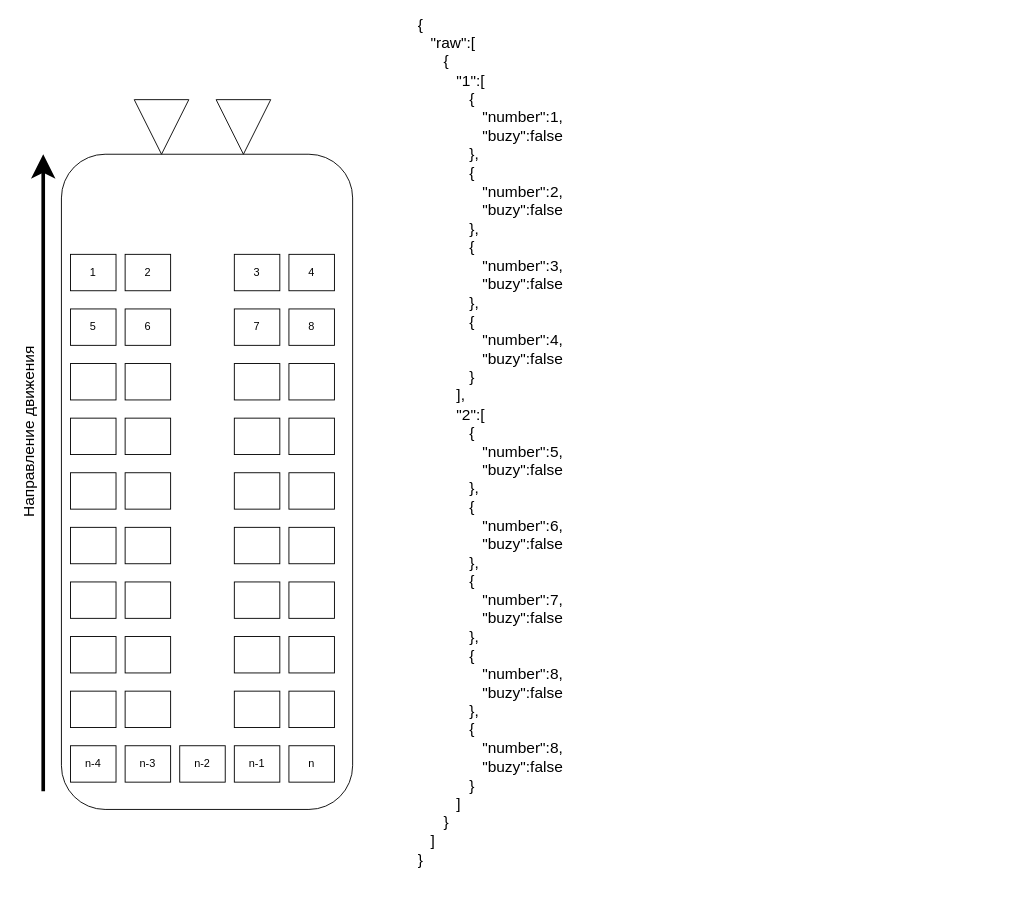
The draw.io diagram BusPlaces.drawio in vehicle-aggregator/docs, before the edit. Source tidied: cells renumbered, new cells numbered last; positions are measured from the earlier drawing's top-left corner, leaving out a move shared by most shapes. Both pictures are drawn from the tidied source at 91%, with x=0, y=0 at pixel (-112, 69).
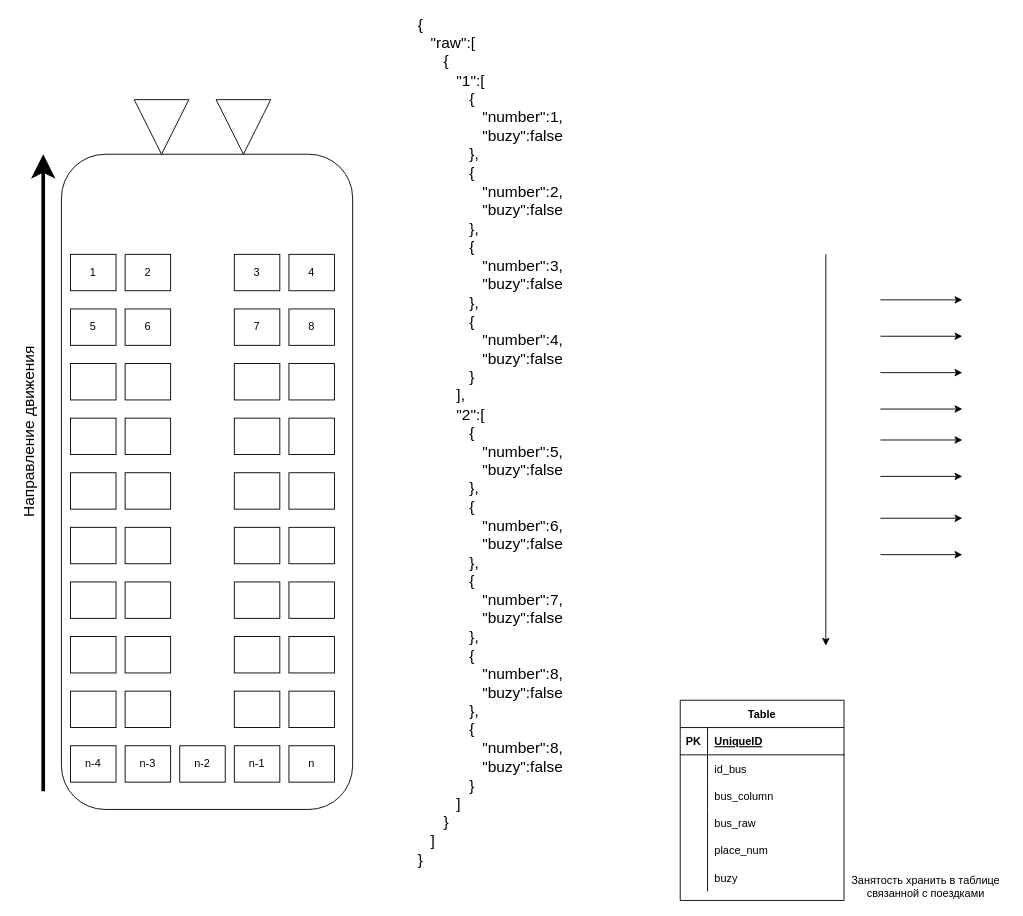
The same page after the edit.

Change to the diagram source:
```diff
@@
+    <mxCell id="49" style="endArrow=classic;html=1;rounded=0;" parent="1" edge="1">
+      <mxGeometry relative="1" as="geometry">
+        <mxPoint x="1030" y="203" as="sourcePoint" />
+        <mxPoint x="1030" y="633" as="targetPoint" />
+      </mxGeometry>
+    </mxCell>
+    <mxCell id="50" style="endArrow=classic;html=1;rounded=0;" parent="1" edge="1">
+      <mxGeometry relative="1" as="geometry">
+        <mxPoint x="1090" y="253" as="sourcePoint" />
+        <mxPoint x="1180" y="253" as="targetPoint" />
+      </mxGeometry>
+    </mxCell>
+    <mxCell id="51" style="endArrow=classic;html=1;rounded=0;" parent="1" edge="1">
+      <mxGeometry relative="1" as="geometry">
+        <mxPoint x="1090" y="293" as="sourcePoint" />
+        <mxPoint x="1180" y="293" as="targetPoint" />
+      </mxGeometry>
+    </mxCell>
+    <mxCell id="52" style="endArrow=classic;html=1;rounded=0;" parent="1" edge="1">
+      <mxGeometry relative="1" as="geometry">
+        <mxPoint x="1090" y="333" as="sourcePoint" />
+        <mxPoint x="1180" y="333" as="targetPoint" />
+      </mxGeometry>
+    </mxCell>
+    <mxCell id="53" style="endArrow=classic;html=1;rounded=0;" parent="1" edge="1">
+      <mxGeometry relative="1" as="geometry">
+        <mxPoint x="1090" y="373" as="sourcePoint" />
+        <mxPoint x="1180" y="373" as="targetPoint" />
+      </mxGeometry>
+    </mxCell>
+    <mxCell id="54" style="endArrow=classic;html=1;rounded=0;" parent="1" edge="1">
+      <mxGeometry relative="1" as="geometry">
+        <mxPoint x="1090" y="407" as="sourcePoint" />
+        <mxPoint x="1180" y="407" as="targetPoint" />
+      </mxGeometry>
+    </mxCell>
+    <mxCell id="55" style="endArrow=classic;html=1;rounded=0;" parent="1" edge="1">
+      <mxGeometry relative="1" as="geometry">
+        <mxPoint x="1090" y="447" as="sourcePoint" />
+        <mxPoint x="1180" y="447" as="targetPoint" />
+      </mxGeometry>
+    </mxCell>
+    <mxCell id="56" style="endArrow=classic;html=1;rounded=0;" parent="1" edge="1">
+      <mxGeometry relative="1" as="geometry">
+        <mxPoint x="1090" y="493" as="sourcePoint" />
+        <mxPoint x="1180" y="493" as="targetPoint" />
+      </mxGeometry>
+    </mxCell>
+    <mxCell id="57" style="endArrow=classic;html=1;rounded=0;" parent="1" edge="1">
+      <mxGeometry relative="1" as="geometry">
+        <mxPoint x="1090" y="533" as="sourcePoint" />
+        <mxPoint x="1180" y="533" as="targetPoint" />
+      </mxGeometry>
+    </mxCell>
+    <mxCell id="58" value="Table" style="shape=table;startSize=30;childLayout=tableLayout;rowLines=0;fontStyle=1;align=center;" parent="1" vertex="1">
+      <mxGeometry x="870" y="693" width="180" height="220" as="geometry" />
+    </mxCell>
+    <mxCell id="59" style="shape=tableRow;horizontal=0;startSize=0;swimlaneHead=0;swimlaneBody=0;fillColor=none;top=0;left=0;right=0;bottom=1;" parent="58" vertex="1">
+      <mxGeometry y="30" width="180" height="30" as="geometry" />
+    </mxCell>
+    <mxCell id="60" value="PK" style="shape=partialRectangle;fillColor=none;top=0;left=0;bottom=0;right=0;fontStyle=1;overflow=hidden;" parent="59" vertex="1">
+      <mxGeometry width="30" height="30" as="geometry" />
+    </mxCell>
+    <mxCell id="61" value="UniqueID" style="shape=partialRectangle;fillColor=none;top=0;left=0;bottom=0;right=0;align=left;spacingLeft=6;fontStyle=5;overflow=hidden;" parent="59" vertex="1">
+      <mxGeometry x="30" width="150" height="30" as="geometry" />
+    </mxCell>
+    <mxCell id="62" style="shape=tableRow;horizontal=0;startSize=0;swimlaneHead=0;swimlaneBody=0;fillColor=none;top=0;left=0;right=0;bottom=0;" parent="58" vertex="1">
+      <mxGeometry y="60" width="180" height="30" as="geometry" />
+    </mxCell>
+    <mxCell id="63" style="shape=partialRectangle;fillColor=none;top=0;left=0;bottom=0;right=0;overflow=hidden;" parent="62" vertex="1">
+      <mxGeometry width="30" height="30" as="geometry" />
+    </mxCell>
+    <mxCell id="64" value="id_bus" style="shape=partialRectangle;fillColor=none;top=0;left=0;bottom=0;right=0;align=left;spacingLeft=6;overflow=hidden;" parent="62" vertex="1">
+      <mxGeometry x="30" width="150" height="30" as="geometry" />
+    </mxCell>
+    <mxCell id="65" style="shape=tableRow;horizontal=0;startSize=0;swimlaneHead=0;swimlaneBody=0;fillColor=none;top=0;left=0;right=0;bottom=0;" parent="58" vertex="1">
+      <mxGeometry y="90" width="180" height="30" as="geometry" />
+    </mxCell>
+    <mxCell id="66" style="shape=partialRectangle;fillColor=none;top=0;left=0;bottom=0;right=0;overflow=hidden;" parent="65" vertex="1">
+      <mxGeometry width="30" height="30" as="geometry" />
+    </mxCell>
+    <mxCell id="67" value="bus_column" style="shape=partialRectangle;fillColor=none;top=0;left=0;bottom=0;right=0;align=left;spacingLeft=6;overflow=hidden;" parent="65" vertex="1">
+      <mxGeometry x="30" width="150" height="30" as="geometry" />
+    </mxCell>
+    <mxCell id="68" style="shape=tableRow;horizontal=0;startSize=0;swimlaneHead=0;swimlaneBody=0;fillColor=none;top=0;left=0;right=0;bottom=0;" parent="58" vertex="1">
+      <mxGeometry y="120" width="180" height="30" as="geometry" />
+    </mxCell>
+    <mxCell id="69" style="shape=partialRectangle;fillColor=none;top=0;left=0;bottom=0;right=0;overflow=hidden;" parent="68" vertex="1">
+      <mxGeometry width="30" height="30" as="geometry" />
+    </mxCell>
+    <mxCell id="70" value="bus_raw" style="shape=partialRectangle;fillColor=none;top=0;left=0;bottom=0;right=0;align=left;spacingLeft=6;overflow=hidden;" parent="68" vertex="1">
+      <mxGeometry x="30" width="150" height="30" as="geometry" />
+    </mxCell>
+    <mxCell id="71" style="shape=tableRow;horizontal=0;startSize=0;swimlaneHead=0;swimlaneBody=0;fillColor=none;top=0;left=0;right=0;bottom=0;" parent="58" vertex="1">
+      <mxGeometry y="150" width="180" height="30" as="geometry" />
+    </mxCell>
+    <mxCell id="72" style="shape=partialRectangle;fillColor=none;top=0;left=0;bottom=0;right=0;overflow=hidden;" parent="71" vertex="1">
+      <mxGeometry width="30" height="30" as="geometry" />
+    </mxCell>
+    <mxCell id="73" value="place_num" style="shape=partialRectangle;fillColor=none;top=0;left=0;bottom=0;right=0;align=left;spacingLeft=6;overflow=hidden;" parent="71" vertex="1">
+      <mxGeometry x="30" width="150" height="30" as="geometry" />
+    </mxCell>
+    <mxCell id="74" style="shape=tableRow;horizontal=0;startSize=0;swimlaneHead=0;swimlaneBody=0;fillColor=none;top=0;left=0;right=0;bottom=0;" parent="58" vertex="1">
+      <mxGeometry y="180" width="180" height="30" as="geometry" />
+    </mxCell>
+    <mxCell id="75" style="shape=partialRectangle;fillColor=none;top=0;left=0;bottom=0;right=0;overflow=hidden;" parent="74" vertex="1">
+      <mxGeometry width="30" height="30" as="geometry" />
+    </mxCell>
+    <mxCell id="76" value="buzy" style="shape=partialRectangle;fillColor=none;top=0;left=0;bottom=0;right=0;align=left;spacingLeft=6;overflow=hidden;" parent="74" vertex="1">
+      <mxGeometry x="30" width="150" height="30" as="geometry" />
+    </mxCell>
+    <mxCell id="77" value="Занятость хранить в таблице связанной с поездками" style="text;html=1;strokeColor=none;fillColor=none;align=center;verticalAlign=middle;whiteSpace=wrap;rounded=0;" parent="1" vertex="1">
+      <mxGeometry x="1050" y="883" width="180" height="30" as="geometry" />
+    </mxCell>
```
